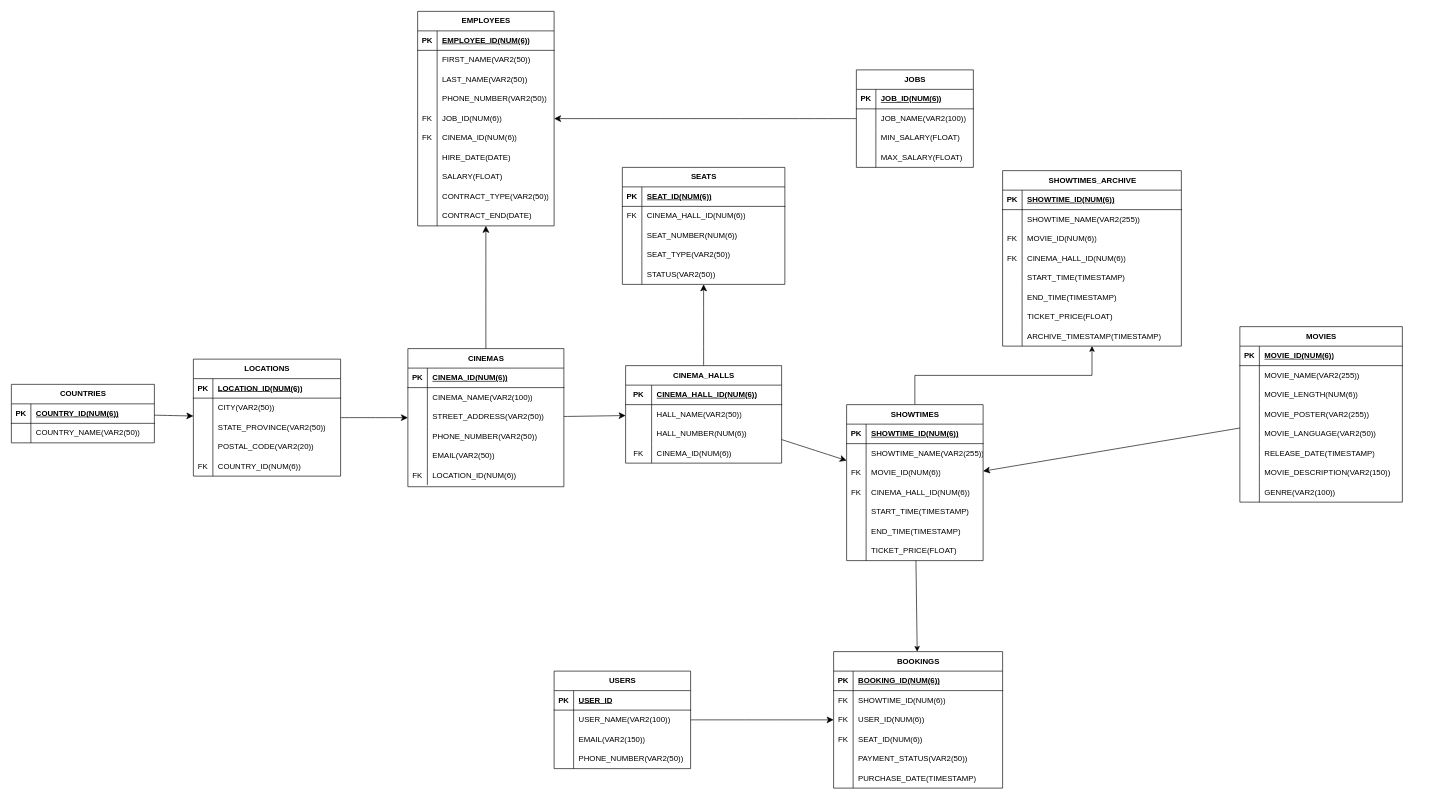
Before: cinema_db_schema.drawio in fenqyy/ZSBD_Projekt, a draw.io diagram. Source tidied: cells renumbered, new cells numbered last; positions are measured from the earlier drawing's top-left corner, leaving out a move shared by most shapes. Both pictures are drawn from the tidied source at 65%, with x=0, y=0 at pixel (11, 11).
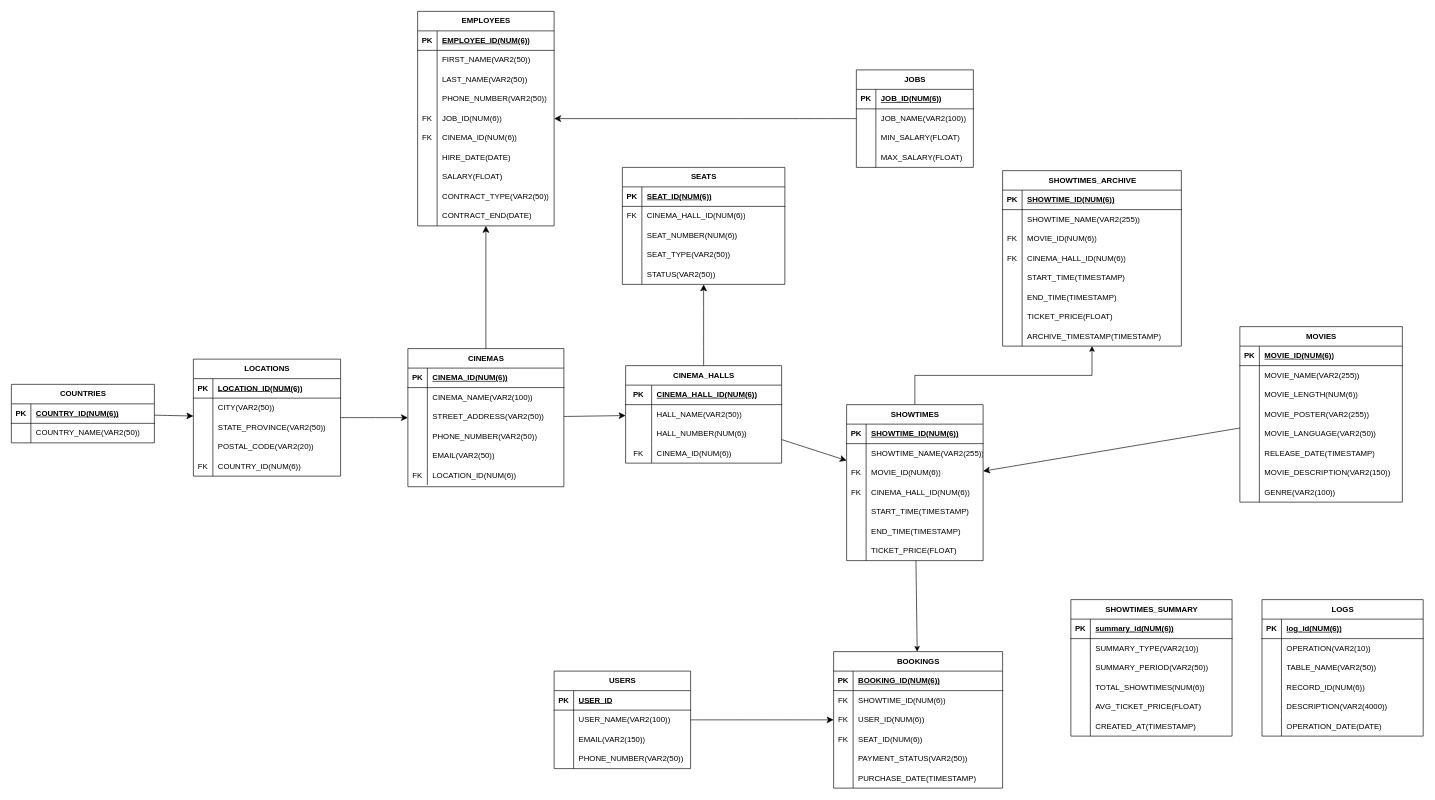
After the change.

What changed in the source:
```diff
@@
+    <mxCell id="235" value="LOGS" style="shape=table;startSize=30;childLayout=tableLayout;rowLines=0;fontStyle=1;align=center;html=1;" parent="1" vertex="1">
+      <mxGeometry x="1924" y="905" width="248" height="210" as="geometry" />
+    </mxCell>
+    <mxCell id="236" style="shape=tableRow;horizontal=0;startSize=0;swimlaneHead=0;swimlaneBody=0;fillColor=none;top=0;left=0;right=0;bottom=1;" parent="235" vertex="1">
+      <mxGeometry y="30" width="248" height="30" as="geometry" />
+    </mxCell>
+    <mxCell id="237" value="PK" style="shape=partialRectangle;fillColor=none;top=0;left=0;bottom=0;right=0;fontStyle=1;overflow=hidden;whiteSpace=wrap;html=1;" parent="236" vertex="1">
+      <mxGeometry width="30" height="30" as="geometry" />
+    </mxCell>
+    <mxCell id="238" value="log_id(NUM(6))" style="shape=partialRectangle;fillColor=none;top=0;left=0;bottom=0;right=0;align=left;spacingLeft=6;fontStyle=5;overflow=hidden;whiteSpace=wrap;html=1;" parent="236" vertex="1">
+      <mxGeometry x="30" width="218" height="30" as="geometry" />
+    </mxCell>
+    <mxCell id="239" style="shape=tableRow;horizontal=0;startSize=0;swimlaneHead=0;swimlaneBody=0;fillColor=none;top=0;left=0;right=0;bottom=0;" parent="235" vertex="1">
+      <mxGeometry y="60" width="248" height="30" as="geometry" />
+    </mxCell>
+    <mxCell id="240" style="shape=partialRectangle;fillColor=none;top=0;left=0;bottom=0;right=0;overflow=hidden;whiteSpace=wrap;html=1;" parent="239" vertex="1">
+      <mxGeometry width="30" height="30" as="geometry" />
+    </mxCell>
+    <mxCell id="241" value="OPERATION(VAR2(10))" style="shape=partialRectangle;fillColor=none;top=0;left=0;bottom=0;right=0;align=left;spacingLeft=6;overflow=hidden;whiteSpace=wrap;html=1;" parent="239" vertex="1">
+      <mxGeometry x="30" width="218" height="30" as="geometry" />
+    </mxCell>
+    <mxCell id="242" style="shape=tableRow;horizontal=0;startSize=0;swimlaneHead=0;swimlaneBody=0;fillColor=none;top=0;left=0;right=0;bottom=0;" parent="235" vertex="1">
+      <mxGeometry y="90" width="248" height="30" as="geometry" />
+    </mxCell>
+    <mxCell id="243" style="shape=partialRectangle;fillColor=none;top=0;left=0;bottom=0;right=0;overflow=hidden;whiteSpace=wrap;html=1;" parent="242" vertex="1">
+      <mxGeometry width="30" height="30" as="geometry" />
+    </mxCell>
+    <mxCell id="244" value="TABLE_NAME(VAR2(50))" style="shape=partialRectangle;fillColor=none;top=0;left=0;bottom=0;right=0;align=left;spacingLeft=6;overflow=hidden;whiteSpace=wrap;html=1;" parent="242" vertex="1">
+      <mxGeometry x="30" width="218" height="30" as="geometry" />
+    </mxCell>
+    <mxCell id="245" style="shape=tableRow;horizontal=0;startSize=0;swimlaneHead=0;swimlaneBody=0;fillColor=none;top=0;left=0;right=0;bottom=0;" parent="235" vertex="1">
+      <mxGeometry y="120" width="248" height="30" as="geometry" />
+    </mxCell>
+    <mxCell id="246" style="shape=partialRectangle;fillColor=none;top=0;left=0;bottom=0;right=0;overflow=hidden;whiteSpace=wrap;html=1;" parent="245" vertex="1">
+      <mxGeometry width="30" height="30" as="geometry" />
+    </mxCell>
+    <mxCell id="247" value="RECORD_ID(NUM(6))" style="shape=partialRectangle;fillColor=none;top=0;left=0;bottom=0;right=0;align=left;spacingLeft=6;overflow=hidden;whiteSpace=wrap;html=1;" parent="245" vertex="1">
+      <mxGeometry x="30" width="218" height="30" as="geometry" />
+    </mxCell>
+    <mxCell id="248" style="shape=tableRow;horizontal=0;startSize=0;swimlaneHead=0;swimlaneBody=0;fillColor=none;top=0;left=0;right=0;bottom=0;" parent="235" vertex="1">
+      <mxGeometry y="150" width="248" height="30" as="geometry" />
+    </mxCell>
+    <mxCell id="249" style="shape=partialRectangle;fillColor=none;top=0;left=0;bottom=0;right=0;overflow=hidden;whiteSpace=wrap;html=1;" parent="248" vertex="1">
+      <mxGeometry width="30" height="30" as="geometry" />
+    </mxCell>
+    <mxCell id="250" value="DESCRIPTION(VAR2(4000))" style="shape=partialRectangle;fillColor=none;top=0;left=0;bottom=0;right=0;align=left;spacingLeft=6;overflow=hidden;whiteSpace=wrap;html=1;" parent="248" vertex="1">
+      <mxGeometry x="30" width="218" height="30" as="geometry" />
+    </mxCell>
+    <mxCell id="251" style="shape=tableRow;horizontal=0;startSize=0;swimlaneHead=0;swimlaneBody=0;fillColor=none;top=0;left=0;right=0;bottom=0;" parent="235" vertex="1">
+      <mxGeometry y="180" width="248" height="30" as="geometry" />
+    </mxCell>
+    <mxCell id="252" style="shape=partialRectangle;fillColor=none;top=0;left=0;bottom=0;right=0;overflow=hidden;whiteSpace=wrap;html=1;" parent="251" vertex="1">
+      <mxGeometry width="30" height="30" as="geometry" />
+    </mxCell>
+    <mxCell id="253" value="OPERATION_DATE(DATE)" style="shape=partialRectangle;fillColor=none;top=0;left=0;bottom=0;right=0;align=left;spacingLeft=6;overflow=hidden;whiteSpace=wrap;html=1;" parent="251" vertex="1">
+      <mxGeometry x="30" width="218" height="30" as="geometry" />
+    </mxCell>
+    <mxCell id="254" value="SHOWTIMES_SUMMARY" style="shape=table;startSize=30;childLayout=tableLayout;rowLines=0;fontStyle=1;align=center;html=1;" parent="1" vertex="1">
+      <mxGeometry x="1630" y="905" width="248" height="210" as="geometry" />
+    </mxCell>
+    <mxCell id="255" style="shape=tableRow;horizontal=0;startSize=0;swimlaneHead=0;swimlaneBody=0;fillColor=none;top=0;left=0;right=0;bottom=1;" parent="254" vertex="1">
+      <mxGeometry y="30" width="248" height="30" as="geometry" />
+    </mxCell>
+    <mxCell id="256" value="PK" style="shape=partialRectangle;fillColor=none;top=0;left=0;bottom=0;right=0;fontStyle=1;overflow=hidden;whiteSpace=wrap;html=1;" parent="255" vertex="1">
+      <mxGeometry width="30" height="30" as="geometry" />
+    </mxCell>
+    <mxCell id="257" value="summary_id(NUM(6))" style="shape=partialRectangle;fillColor=none;top=0;left=0;bottom=0;right=0;align=left;spacingLeft=6;fontStyle=5;overflow=hidden;whiteSpace=wrap;html=1;" parent="255" vertex="1">
+      <mxGeometry x="30" width="218" height="30" as="geometry" />
+    </mxCell>
+    <mxCell id="258" style="shape=tableRow;horizontal=0;startSize=0;swimlaneHead=0;swimlaneBody=0;fillColor=none;top=0;left=0;right=0;bottom=0;" parent="254" vertex="1">
+      <mxGeometry y="60" width="248" height="30" as="geometry" />
+    </mxCell>
+    <mxCell id="259" style="shape=partialRectangle;fillColor=none;top=0;left=0;bottom=0;right=0;overflow=hidden;whiteSpace=wrap;html=1;" parent="258" vertex="1">
+      <mxGeometry width="30" height="30" as="geometry" />
+    </mxCell>
+    <mxCell id="260" value="SUMMARY_TYPE(VAR2(10))" style="shape=partialRectangle;fillColor=none;top=0;left=0;bottom=0;right=0;align=left;spacingLeft=6;overflow=hidden;whiteSpace=wrap;html=1;" parent="258" vertex="1">
+      <mxGeometry x="30" width="218" height="30" as="geometry" />
+    </mxCell>
+    <mxCell id="261" style="shape=tableRow;horizontal=0;startSize=0;swimlaneHead=0;swimlaneBody=0;fillColor=none;top=0;left=0;right=0;bottom=0;" parent="254" vertex="1">
+      <mxGeometry y="90" width="248" height="30" as="geometry" />
+    </mxCell>
+    <mxCell id="262" style="shape=partialRectangle;fillColor=none;top=0;left=0;bottom=0;right=0;overflow=hidden;whiteSpace=wrap;html=1;" parent="261" vertex="1">
+      <mxGeometry width="30" height="30" as="geometry" />
+    </mxCell>
+    <mxCell id="263" value="SUMMARY_PERIOD(VAR2(50))" style="shape=partialRectangle;fillColor=none;top=0;left=0;bottom=0;right=0;align=left;spacingLeft=6;overflow=hidden;whiteSpace=wrap;html=1;" parent="261" vertex="1">
+      <mxGeometry x="30" width="218" height="30" as="geometry" />
+    </mxCell>
+    <mxCell id="264" style="shape=tableRow;horizontal=0;startSize=0;swimlaneHead=0;swimlaneBody=0;fillColor=none;top=0;left=0;right=0;bottom=0;" parent="254" vertex="1">
+      <mxGeometry y="120" width="248" height="30" as="geometry" />
+    </mxCell>
+    <mxCell id="265" style="shape=partialRectangle;fillColor=none;top=0;left=0;bottom=0;right=0;overflow=hidden;whiteSpace=wrap;html=1;" parent="264" vertex="1">
+      <mxGeometry width="30" height="30" as="geometry" />
+    </mxCell>
+    <mxCell id="266" value="TOTAL_SHOWTIMES(NUM(6))" style="shape=partialRectangle;fillColor=none;top=0;left=0;bottom=0;right=0;align=left;spacingLeft=6;overflow=hidden;whiteSpace=wrap;html=1;" parent="264" vertex="1">
+      <mxGeometry x="30" width="218" height="30" as="geometry" />
+    </mxCell>
+    <mxCell id="267" style="shape=tableRow;horizontal=0;startSize=0;swimlaneHead=0;swimlaneBody=0;fillColor=none;top=0;left=0;right=0;bottom=0;" parent="254" vertex="1">
+      <mxGeometry y="150" width="248" height="30" as="geometry" />
+    </mxCell>
+    <mxCell id="268" style="shape=partialRectangle;fillColor=none;top=0;left=0;bottom=0;right=0;overflow=hidden;whiteSpace=wrap;html=1;" parent="267" vertex="1">
+      <mxGeometry width="30" height="30" as="geometry" />
+    </mxCell>
+    <mxCell id="269" value="AVG_TICKET_PRICE(FLOAT)" style="shape=partialRectangle;fillColor=none;top=0;left=0;bottom=0;right=0;align=left;spacingLeft=6;overflow=hidden;whiteSpace=wrap;html=1;" parent="267" vertex="1">
+      <mxGeometry x="30" width="218" height="30" as="geometry" />
+    </mxCell>
+    <mxCell id="270" style="shape=tableRow;horizontal=0;startSize=0;swimlaneHead=0;swimlaneBody=0;fillColor=none;top=0;left=0;right=0;bottom=0;" parent="254" vertex="1">
+      <mxGeometry y="180" width="248" height="30" as="geometry" />
+    </mxCell>
+    <mxCell id="271" style="shape=partialRectangle;fillColor=none;top=0;left=0;bottom=0;right=0;overflow=hidden;whiteSpace=wrap;html=1;" parent="270" vertex="1">
+      <mxGeometry width="30" height="30" as="geometry" />
+    </mxCell>
+    <mxCell id="272" value="CREATED_AT(TIMESTAMP)" style="shape=partialRectangle;fillColor=none;top=0;left=0;bottom=0;right=0;align=left;spacingLeft=6;overflow=hidden;whiteSpace=wrap;html=1;" parent="270" vertex="1">
+      <mxGeometry x="30" width="218" height="30" as="geometry" />
+    </mxCell>
```
